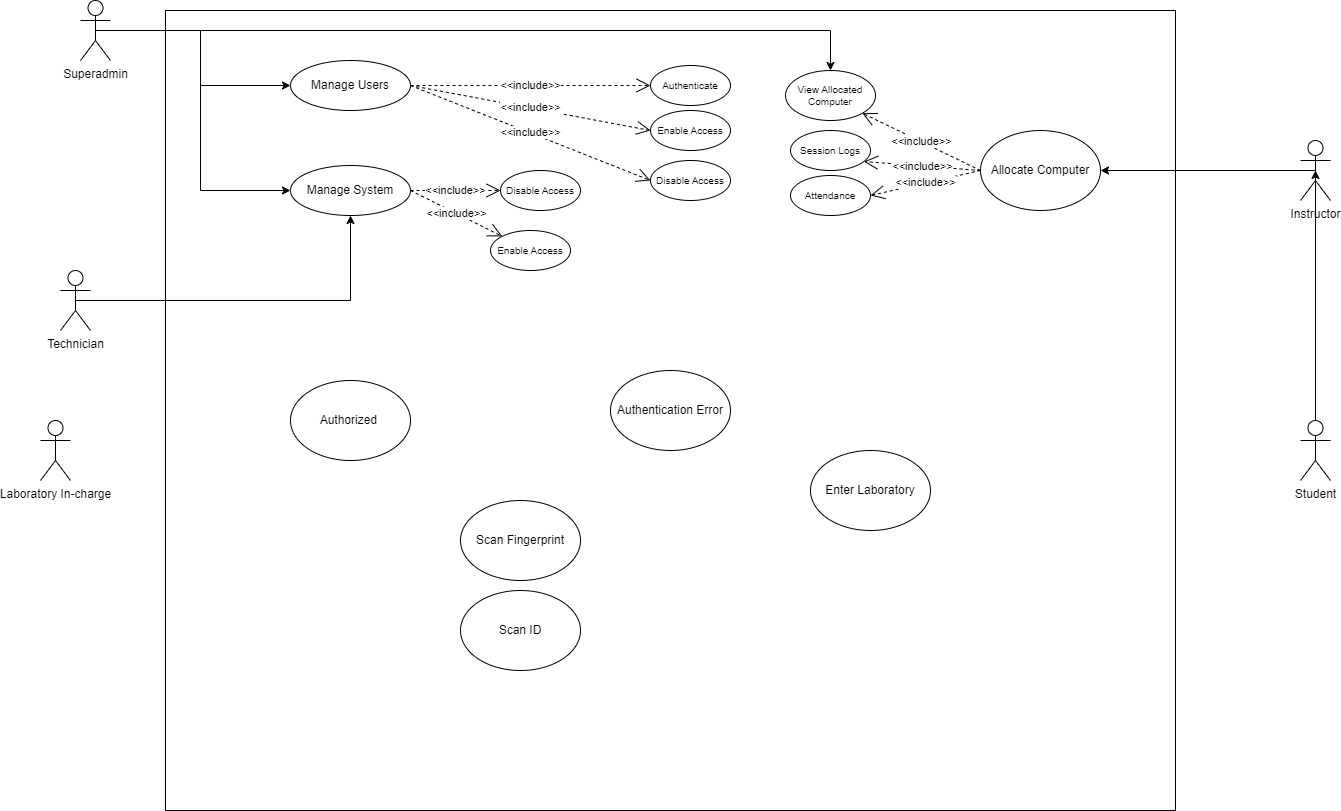
Above: Use_Case_Diagram_Marimo.drawio.png in kaisunoo/Acads (draw.io), before the change. Source tidied: cells renumbered, new cells last; positions are measured from the earlier drawing's top-left corner, leaving out a move shared by most shapes.
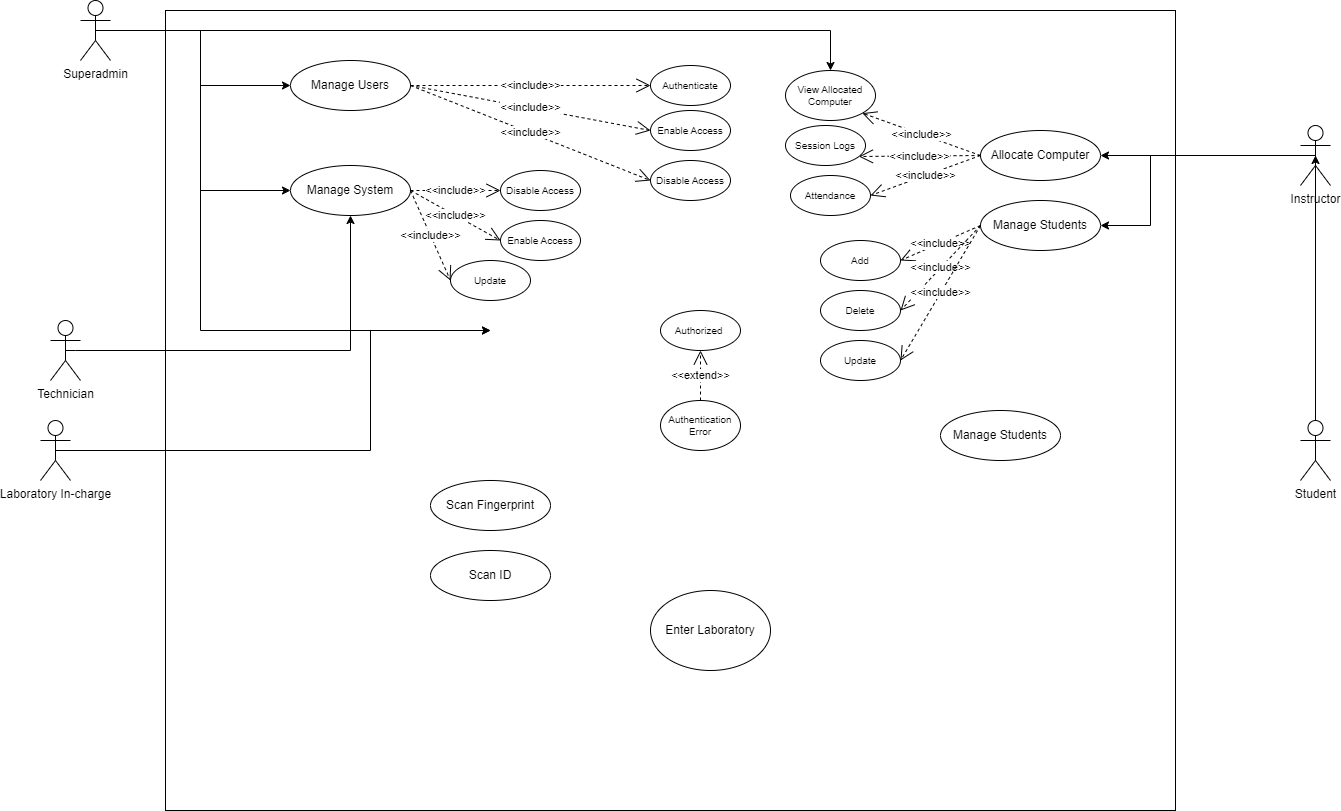
Above is the later version.

Diff of the diagram source:
```diff
@@ -14,17 +14,43 @@
     <mxCell id="5" style="edgeStyle=orthogonalEdgeStyle;rounded=0;jettySize=auto;html=1;exitX=0.5;exitY=0.5;exitDx=0;exitDy=0;exitPerimeter=0;entryX=0;entryY=0.5;entryDx=0;entryDy=0;" parent="1" edge="1" source="6" target="31">
       <mxGeometry relative="1" as="geometry" />
     </mxCell>
+    <mxCell id="38" style="edgeStyle=orthogonalEdgeStyle;rounded=0;jettySize=auto;html=1;exitX=0.5;exitY=0.5;exitDx=0;exitDy=0;exitPerimeter=0;" parent="1" edge="1" source="6">
+      <mxGeometry relative="1" as="geometry">
+        <mxPoint x="450" y="330" as="targetPoint" />
+        <Array as="points">
+          <mxPoint x="160" y="30" />
+          <mxPoint x="160" y="330" />
+        </Array>
+      </mxGeometry>
+    </mxCell>
     <mxCell id="6" value="Superadmin" style="shape=umlActor;verticalLabelPosition=bottom;verticalAlign=top;html=1;outlineConnect=0;" parent="1" vertex="1">
       <mxGeometry x="40" width="30" height="60" as="geometry" />
     </mxCell>
+    <mxCell id="39" style="edgeStyle=orthogonalEdgeStyle;rounded=0;jettySize=auto;html=1;exitX=0.5;exitY=0.5;exitDx=0;exitDy=0;exitPerimeter=0;" parent="1" edge="1" source="7">
+      <mxGeometry relative="1" as="geometry">
+        <mxPoint x="450" y="330" as="targetPoint" />
+        <Array as="points">
+          <mxPoint x="330" y="450" />
+          <mxPoint x="330" y="330" />
+        </Array>
+      </mxGeometry>
+    </mxCell>
     <mxCell id="7" value="Laboratory In-charge" style="shape=umlActor;verticalLabelPosition=bottom;verticalAlign=top;html=1;outlineConnect=0;" parent="1" vertex="1">
       <mxGeometry y="420" width="30" height="60" as="geometry" />
     </mxCell>
     <mxCell id="8" style="edgeStyle=orthogonalEdgeStyle;rounded=0;jettySize=auto;html=1;exitX=0.5;exitY=0.5;exitDx=0;exitDy=0;exitPerimeter=0;entryX=1;entryY=0.5;entryDx=0;entryDy=0;" parent="1" edge="1" source="9" target="18">
       <mxGeometry relative="1" as="geometry" />
     </mxCell>
+    <mxCell id="40" style="edgeStyle=orthogonalEdgeStyle;rounded=0;jettySize=auto;html=1;exitX=0.5;exitY=0.5;exitDx=0;exitDy=0;exitPerimeter=0;entryX=1;entryY=0.5;entryDx=0;entryDy=0;" parent="1" edge="1" source="9" target="45">
+      <mxGeometry relative="1" as="geometry">
+        <Array as="points">
+          <mxPoint x="1110" y="155" />
+          <mxPoint x="1110" y="225" />
+        </Array>
+      </mxGeometry>
+    </mxCell>
     <mxCell id="9" value="Instructor" style="shape=umlActor;verticalLabelPosition=bottom;verticalAlign=top;html=1;outlineConnect=0;" parent="1" vertex="1">
-      <mxGeometry x="1260" y="140" width="30" height="60" as="geometry" />
+      <mxGeometry x="1260" y="125" width="30" height="60" as="geometry" />
     </mxCell>
     <mxCell id="10" value="Student" style="shape=umlActor;verticalLabelPosition=bottom;verticalAlign=top;html=1;outlineConnect=0;" parent="1" vertex="1">
       <mxGeometry x="1260" y="420" width="30" height="60" as="geometry" />
@@ -32,38 +58,43 @@
     <mxCell id="11" value="Manage Users" style="ellipse;whiteSpace=wrap;html=1;" parent="1" vertex="1">
       <mxGeometry x="250" y="60" width="120" height="50" as="geometry" />
     </mxCell>
-    <mxCell id="12" value="Authorized&amp;nbsp;" style="ellipse;whiteSpace=wrap;html=1;" parent="1" vertex="1">
-      <mxGeometry x="250" y="380" width="120" height="80" as="geometry" />
+    <mxCell id="12" value="Authorized&amp;nbsp;" style="ellipse;whiteSpace=wrap;html=1;fontSize=10;" parent="1" vertex="1">
+      <mxGeometry x="620" y="310" width="80" height="40" as="geometry" />
     </mxCell>
     <mxCell id="13" value="View Allocated Computer" style="ellipse;whiteSpace=wrap;html=1;fontSize=10;" parent="1" vertex="1">
       <mxGeometry x="745" y="70" width="90" height="50" as="geometry" />
     </mxCell>
     <mxCell id="14" value="Enter Laboratory" style="ellipse;whiteSpace=wrap;html=1;" parent="1" vertex="1">
-      <mxGeometry x="770" y="450" width="120" height="80" as="geometry" />
+      <mxGeometry x="610" y="590" width="120" height="80" as="geometry" />
     </mxCell>
     <mxCell id="15" style="edgeStyle=orthogonalEdgeStyle;rounded=0;jettySize=auto;html=1;exitX=0.5;exitY=0.5;exitDx=0;exitDy=0;exitPerimeter=0;entryX=0.5;entryY=1;entryDx=0;entryDy=0;" parent="1" edge="1" source="16" target="31">
-      <mxGeometry relative="1" as="geometry" />
+      <mxGeometry relative="1" as="geometry">
+        <Array as="points">
+          <mxPoint x="35" y="350" />
+          <mxPoint x="310" y="350" />
+        </Array>
+      </mxGeometry>
     </mxCell>
     <mxCell id="16" value="Technician" style="shape=umlActor;verticalLabelPosition=bottom;verticalAlign=top;html=1;outlineConnect=0;" parent="1" vertex="1">
-      <mxGeometry x="20" y="270" width="30" height="60" as="geometry" />
+      <mxGeometry x="10" y="320" width="30" height="60" as="geometry" />
     </mxCell>
     <mxCell id="17" style="edgeStyle=orthogonalEdgeStyle;rounded=0;jettySize=auto;html=1;exitX=0.5;exitY=0;exitDx=0;exitDy=0;exitPerimeter=0;entryX=0.5;entryY=0.5;entryDx=0;entryDy=0;entryPerimeter=0;" parent="1" edge="1" source="10" target="9">
       <mxGeometry relative="1" as="geometry" />
     </mxCell>
     <mxCell id="18" value="Allocate Computer" style="ellipse;whiteSpace=wrap;html=1;" parent="1" vertex="1">
-      <mxGeometry x="940" y="130" width="120" height="80" as="geometry" />
+      <mxGeometry x="940" y="130" width="120" height="50" as="geometry" />
     </mxCell>
     <mxCell id="19" value="&amp;lt;&amp;lt;include&amp;gt;&amp;gt;" style="endArrow=open;endSize=12;dashed=1;html=1;rounded=0;exitX=0;exitY=0.5;exitDx=0;exitDy=0;entryX=1;entryY=1;entryDx=0;entryDy=0;" parent="1" edge="1" source="18" target="13">
       <mxGeometry relative="1" as="geometry" />
     </mxCell>
-    <mxCell id="20" value="Authentication Error" style="ellipse;whiteSpace=wrap;html=1;" parent="1" vertex="1">
-      <mxGeometry x="570" y="370" width="120" height="80" as="geometry" />
+    <mxCell id="20" value="Authentication Error" style="ellipse;whiteSpace=wrap;html=1;fontSize=10;" parent="1" vertex="1">
+      <mxGeometry x="620" y="400" width="80" height="50" as="geometry" />
     </mxCell>
     <mxCell id="21" value="Scan Fingerprint" style="ellipse;whiteSpace=wrap;html=1;" parent="1" vertex="1">
-      <mxGeometry x="420" y="500" width="120" height="80" as="geometry" />
+      <mxGeometry x="390" y="480" width="120" height="50" as="geometry" />
     </mxCell>
     <mxCell id="22" value="Scan ID" style="ellipse;whiteSpace=wrap;html=1;" parent="1" vertex="1">
-      <mxGeometry x="420" y="590" width="120" height="80" as="geometry" />
+      <mxGeometry x="390" y="550" width="120" height="50" as="geometry" />
     </mxCell>
     <mxCell id="23" value="&lt;font style=&quot;font-size: 10px;&quot;&gt;Enable Access&lt;/font&gt;" style="ellipse;whiteSpace=wrap;html=1;" parent="1" vertex="1">
       <mxGeometry x="610" y="110" width="80" height="40" as="geometry" />
@@ -98,10 +129,10 @@
       <mxGeometry x="460" y="170" width="80" height="40" as="geometry" />
     </mxCell>
     <mxCell id="33" value="&lt;font style=&quot;font-size: 10px;&quot;&gt;Enable Access&lt;/font&gt;" style="ellipse;whiteSpace=wrap;html=1;" parent="1" vertex="1">
-      <mxGeometry x="450" y="230" width="80" height="40" as="geometry" />
+      <mxGeometry x="460" y="220" width="80" height="40" as="geometry" />
     </mxCell>
     <mxCell id="34" value="&lt;font style=&quot;font-size: 10px;&quot;&gt;Session Logs&lt;/font&gt;" style="ellipse;whiteSpace=wrap;html=1;" parent="1" vertex="1">
-      <mxGeometry x="750" y="130" width="80" height="40" as="geometry" />
+      <mxGeometry x="745" y="125" width="80" height="40" as="geometry" />
     </mxCell>
     <mxCell id="35" value="&amp;lt;&amp;lt;include&amp;gt;&amp;gt;" style="endArrow=open;endSize=12;dashed=1;html=1;rounded=0;exitX=0;exitY=0.5;exitDx=0;exitDy=0;entryX=0.917;entryY=0.775;entryDx=0;entryDy=0;entryPerimeter=0;" parent="1" edge="1" source="18" target="34">
       <mxGeometry relative="1" as="geometry" />
@@ -109,8 +140,44 @@
     <mxCell id="36" value="&amp;lt;&amp;lt;include&amp;gt;&amp;gt;" style="endArrow=open;endSize=12;dashed=1;html=1;rounded=0;exitX=1;exitY=0.5;exitDx=0;exitDy=0;entryX=0;entryY=0.5;entryDx=0;entryDy=0;" parent="1" edge="1" source="31" target="32">
       <mxGeometry relative="1" as="geometry" />
     </mxCell>
-    <mxCell id="37" value="&amp;lt;&amp;lt;include&amp;gt;&amp;gt;" style="endArrow=open;endSize=12;dashed=1;html=1;rounded=0;exitX=1;exitY=0.5;exitDx=0;exitDy=0;entryX=0;entryY=0;entryDx=0;entryDy=0;" parent="1" edge="1" source="31" target="33">
+    <mxCell id="37" value="&amp;lt;&amp;lt;include&amp;gt;&amp;gt;" style="endArrow=open;endSize=12;dashed=1;html=1;rounded=0;exitX=1;exitY=0.5;exitDx=0;exitDy=0;entryX=0;entryY=0.5;entryDx=0;entryDy=0;" parent="1" edge="1" source="31" target="33">
       <mxGeometry relative="1" as="geometry" />
     </mxCell>
+    <mxCell id="41" value="&amp;lt;&amp;lt;extend&amp;gt;&amp;gt;" style="endArrow=open;endSize=12;dashed=1;html=1;rounded=0;exitX=0.5;exitY=0;exitDx=0;exitDy=0;" parent="1" edge="1" source="20" target="12">
+      <mxGeometry relative="1" as="geometry" />
+    </mxCell>
+    <mxCell id="42" value="&lt;span style=&quot;font-size: 10px;&quot;&gt;Update&lt;/span&gt;" style="ellipse;whiteSpace=wrap;html=1;" parent="1" vertex="1">
+      <mxGeometry x="410" y="260" width="80" height="40" as="geometry" />
+    </mxCell>
+    <mxCell id="43" style="edgeStyle=orthogonalEdgeStyle;rounded=0;orthogonalLoop=1;jettySize=auto;html=1;exitX=0.5;exitY=1;exitDx=0;exitDy=0;" parent="1" edge="1" source="42" target="42">
+      <mxGeometry relative="1" as="geometry" />
+    </mxCell>
+    <mxCell id="44" value="&amp;lt;&amp;lt;include&amp;gt;&amp;gt;" style="endArrow=open;endSize=12;dashed=1;html=1;rounded=0;exitX=1;exitY=0.5;exitDx=0;exitDy=0;entryX=0;entryY=0.5;entryDx=0;entryDy=0;" parent="1" edge="1" source="31" target="42">
+      <mxGeometry relative="1" as="geometry" />
+    </mxCell>
+    <mxCell id="45" value="Manage Students" style="ellipse;whiteSpace=wrap;html=1;" parent="1" vertex="1">
+      <mxGeometry x="940" y="200" width="120" height="50" as="geometry" />
+    </mxCell>
+    <mxCell id="46" value="&lt;font style=&quot;font-size: 10px;&quot;&gt;Add&lt;/font&gt;" style="ellipse;whiteSpace=wrap;html=1;" parent="1" vertex="1">
+      <mxGeometry x="780" y="240" width="80" height="40" as="geometry" />
+    </mxCell>
+    <mxCell id="47" value="&amp;lt;&amp;lt;include&amp;gt;&amp;gt;" style="endArrow=open;endSize=12;dashed=1;html=1;rounded=0;exitX=0;exitY=0.5;exitDx=0;exitDy=0;entryX=1;entryY=0.5;entryDx=0;entryDy=0;" parent="1" edge="1" source="45" target="46">
+      <mxGeometry relative="1" as="geometry" />
+    </mxCell>
+    <mxCell id="48" value="&lt;font style=&quot;font-size: 10px;&quot;&gt;Delete&lt;/font&gt;" style="ellipse;whiteSpace=wrap;html=1;" parent="1" vertex="1">
+      <mxGeometry x="780" y="290" width="80" height="40" as="geometry" />
+    </mxCell>
+    <mxCell id="49" value="&amp;lt;&amp;lt;include&amp;gt;&amp;gt;" style="endArrow=open;endSize=12;dashed=1;html=1;rounded=0;exitX=0;exitY=0.5;exitDx=0;exitDy=0;entryX=1;entryY=0.5;entryDx=0;entryDy=0;" parent="1" edge="1" source="45" target="48">
+      <mxGeometry relative="1" as="geometry" />
+    </mxCell>
+    <mxCell id="50" value="&lt;font style=&quot;font-size: 10px;&quot;&gt;Update&lt;/font&gt;" style="ellipse;whiteSpace=wrap;html=1;" parent="1" vertex="1">
+      <mxGeometry x="780" y="340" width="80" height="40" as="geometry" />
+    </mxCell>
+    <mxCell id="51" value="&amp;lt;&amp;lt;include&amp;gt;&amp;gt;" style="endArrow=open;endSize=12;dashed=1;html=1;rounded=0;exitX=0;exitY=0.5;exitDx=0;exitDy=0;entryX=1;entryY=0.5;entryDx=0;entryDy=0;" parent="1" edge="1" source="45" target="50">
+      <mxGeometry relative="1" as="geometry" />
+    </mxCell>
+    <mxCell id="52" value="Manage Students" style="ellipse;whiteSpace=wrap;html=1;" parent="1" vertex="1">
+      <mxGeometry x="900" y="410" width="120" height="50" as="geometry" />
+    </mxCell>
   </root>
 </mxGraphModel>
```
